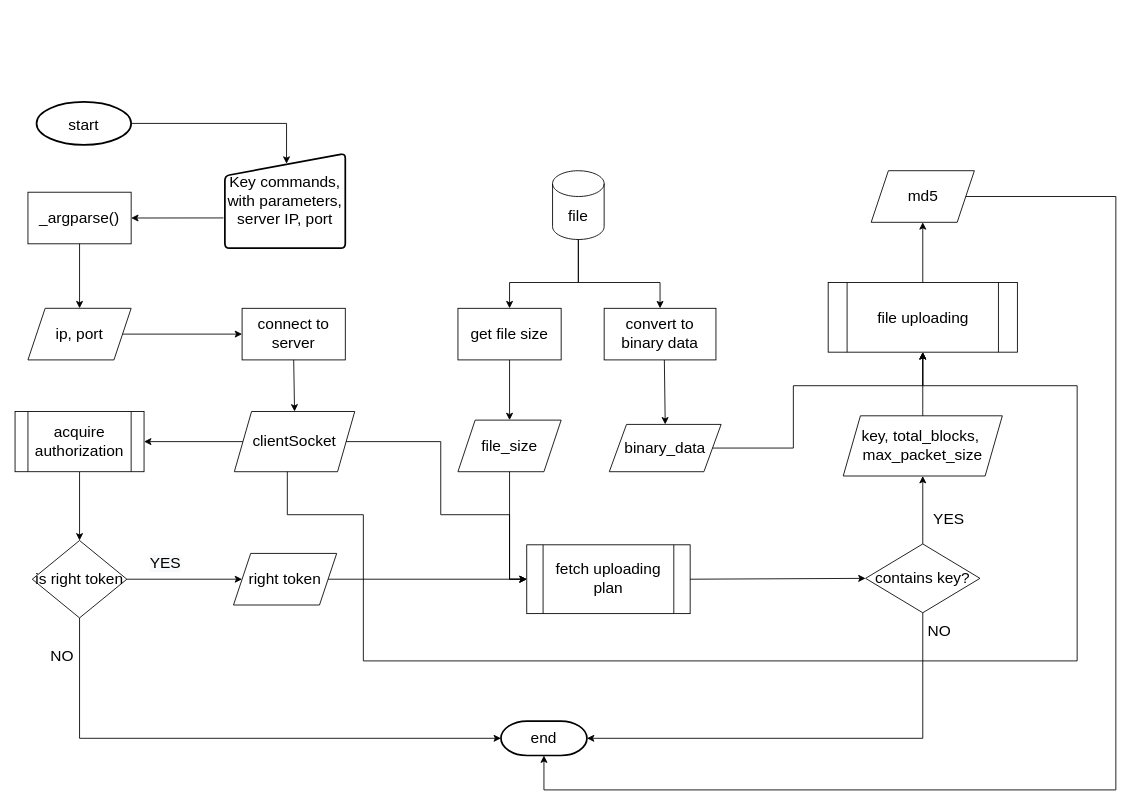
This is page "main" (2 of 5) of Untitled Diagram.drawio from 1102131860/CAN201, a draw.io file, before an edit. Source tidied: cells renumbered, new cells numbered last; positions are measured from the earlier drawing's top-left corner, leaving out a move shared by most shapes. Both pictures are drawn from the tidied source at 86%, with x=0, y=0 at pixel (15, 101).
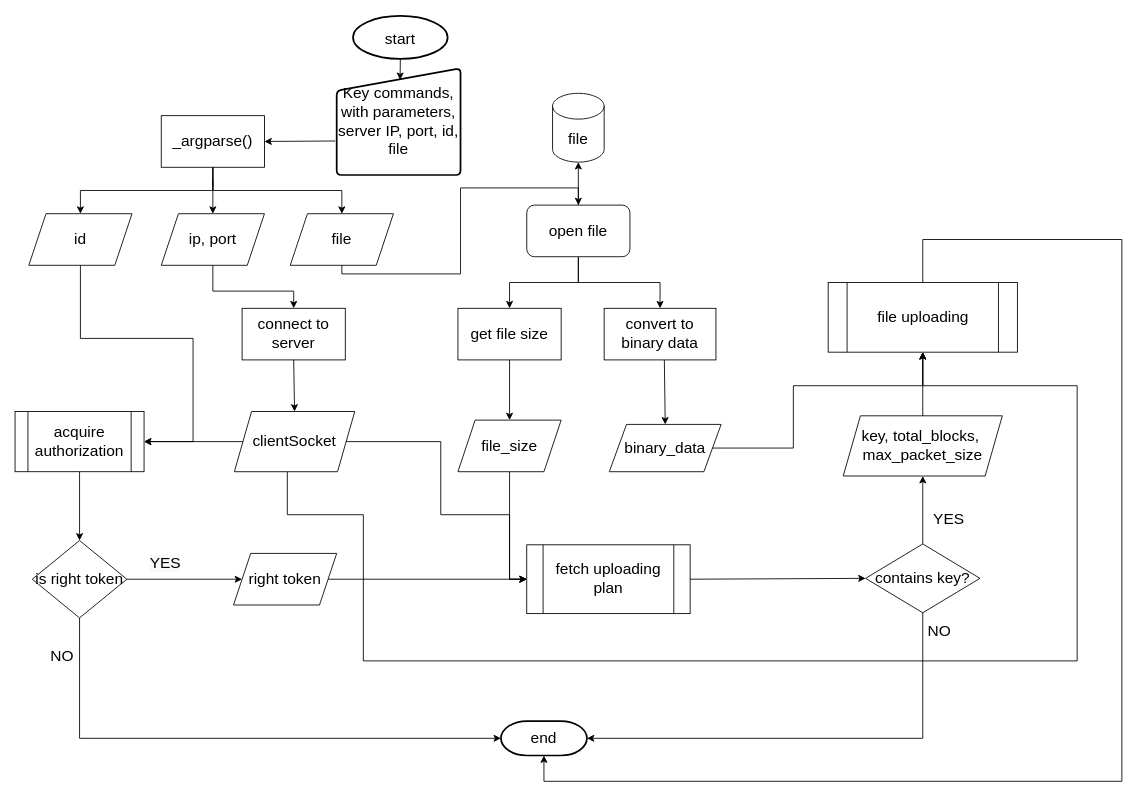
Above is the later version.

Unchanged cells that the change refers to:
```xml
<mxCell id="2" value="connect to server" style="rounded=0;whiteSpace=wrap;html=1;fontSize=18;" parent="1" vertex="1">
  <mxGeometry x="264" y="240" width="120" height="60" as="geometry" />
</mxCell>
<mxCell id="5" value="acquire authorization" style="shape=process;whiteSpace=wrap;html=1;backgroundOutline=1;fontSize=18;" parent="1" vertex="1">
  <mxGeometry y="360" width="150" height="70" as="geometry" />
</mxCell>
<mxCell id="6" value="fetch uploading plan" style="shape=process;whiteSpace=wrap;html=1;backgroundOutline=1;fontSize=18;" parent="1" vertex="1">
  <mxGeometry x="595" y="515" width="190" height="80" as="geometry" />
</mxCell>
<mxCell id="16" value="file uploading" style="shape=process;whiteSpace=wrap;html=1;backgroundOutline=1;fontSize=18;" parent="1" vertex="1">
  <mxGeometry x="945.5" y="210" width="220" height="81" as="geometry" />
</mxCell>
<mxCell id="18" value="end" style="strokeWidth=2;html=1;shape=mxgraph.flowchart.terminator;whiteSpace=wrap;fontSize=18;" parent="1" vertex="1">
  <mxGeometry x="565" y="720" width="100" height="40" as="geometry" />
</mxCell>
<mxCell id="21" value="right token" style="shape=parallelogram;perimeter=parallelogramPerimeter;whiteSpace=wrap;html=1;fixedSize=1;fontSize=18;" parent="1" vertex="1">
  <mxGeometry x="254" y="525" width="120" height="60" as="geometry" />
</mxCell>
<mxCell id="37" value="convert to binary data" style="rounded=0;whiteSpace=wrap;html=1;fontSize=18;" parent="1" vertex="1">
  <mxGeometry x="685" y="240" width="130" height="60" as="geometry" />
</mxCell>
<mxCell id="38" value="get file size" style="rounded=0;whiteSpace=wrap;html=1;fontSize=18;" parent="1" vertex="1">
  <mxGeometry x="515" y="240" width="120" height="60" as="geometry" />
</mxCell>
```

Diff of the diagram source:
```diff
@@
     <mxCell id="8" value="ip, port" style="shape=parallelogram;perimeter=parallelogramPerimeter;whiteSpace=wrap;html=1;fixedSize=1;fontSize=18;" parent="1" vertex="1">
-      <mxGeometry x="15" y="240" width="120" height="60" as="geometry" />
+      <mxGeometry x="170" y="130" width="120" height="60" as="geometry" />
     </mxCell>
     <mxCell id="9" value="&lt;span style=&quot;font-size: 18px;&quot;&gt;start&lt;/span&gt;" style="strokeWidth=2;html=1;shape=mxgraph.flowchart.start_1;whiteSpace=wrap;fontSize=24;" parent="1" vertex="1">
-      <mxGeometry x="25" width="110" height="50" as="geometry" />
+      <mxGeometry x="393" y="-100" width="110" height="50" as="geometry" />
     </mxCell>
-    <mxCell id="10" style="endArrow=classic;html=1;rounded=0;fontSize=18;exitX=1;exitY=0.5;exitDx=0;exitDy=0;exitPerimeter=0;entryX=0.512;entryY=0.108;entryDx=0;entryDy=0;entryPerimeter=0;edgeStyle=orthogonalEdgeStyle;" parent="1" edge="1" source="9" target="11">
+    <mxCell id="10" style="endArrow=classic;html=1;rounded=0;fontSize=18;exitX=0.5;exitY=1;exitDx=0;exitDy=0;exitPerimeter=0;entryX=0.512;entryY=0.108;entryDx=0;entryDy=0;entryPerimeter=0;" parent="1" edge="1" source="9" target="11">
       <mxGeometry relative="1" as="geometry" />
     </mxCell>
-    <mxCell id="11" value="Key commands, with parameters, server IP, port" style="html=1;strokeWidth=2;shape=manualInput;whiteSpace=wrap;rounded=1;size=26;arcSize=11;fontSize=18;" parent="1" vertex="1">
-      <mxGeometry x="244" y="60" width="140" height="110" as="geometry" />
+    <mxCell id="11" value="Key commands, with parameters, server IP, port, id, file" style="html=1;strokeWidth=2;shape=manualInput;whiteSpace=wrap;rounded=1;size=26;arcSize=11;fontSize=18;" parent="1" vertex="1">
+      <mxGeometry x="374" y="-39" width="144" height="124" as="geometry" />
     </mxCell>
@@
     <mxCell id="13" value="_argparse()" style="rounded=0;whiteSpace=wrap;html=1;fontSize=18;" parent="1" vertex="1">
-      <mxGeometry x="15" y="105" width="120" height="60" as="geometry" />
+      <mxGeometry x="170" y="16" width="120" height="60" as="geometry" />
     </mxCell>
@@
-    <mxCell id="15" style="endArrow=classic;html=1;rounded=0;fontSize=18;exitX=1;exitY=0.5;exitDx=0;exitDy=0;entryX=0;entryY=0.5;entryDx=0;entryDy=0;" parent="1" edge="1" source="8" target="2">
-      <mxGeometry relative="1" as="geometry" />
+    <mxCell id="15" style="endArrow=classic;html=1;rounded=0;fontSize=18;exitX=0.5;exitY=1;exitDx=0;exitDy=0;entryX=0.5;entryY=0;entryDx=0;entryDy=0;edgeStyle=orthogonalEdgeStyle;" parent="1" edge="1" source="8" target="2">
+      <mxGeometry relative="1" as="geometry">
+        <Array as="points">
+          <mxPoint x="230" y="220" />
+          <mxPoint x="324" y="220" />
+        </Array>
+      </mxGeometry>
     </mxCell>
@@
-    <mxCell id="17" value="md5" style="shape=parallelogram;perimeter=parallelogramPerimeter;whiteSpace=wrap;html=1;fixedSize=1;fontSize=18;" parent="1" vertex="1">
-      <mxGeometry x="995.5" y="80" width="120" height="60" as="geometry" />
-    </mxCell>
@@
-    <mxCell id="19" style="endArrow=classic;html=1;rounded=0;fontSize=18;exitX=0.5;exitY=0;exitDx=0;exitDy=0;entryX=0.5;entryY=1;entryDx=0;entryDy=0;" parent="1" edge="1" source="16" target="17">
-      <mxGeometry relative="1" as="geometry" />
+    <mxCell id="19" style="endArrow=classic;html=1;rounded=0;fontSize=18;exitX=0.5;exitY=0;exitDx=0;exitDy=0;entryX=0.5;entryY=1;entryDx=0;entryDy=0;entryPerimeter=0;edgeStyle=orthogonalEdgeStyle;" parent="1" edge="1" source="16" target="18">
+      <mxGeometry relative="1" as="geometry">
+        <Array as="points">
+          <mxPoint x="1056" y="160" />
+          <mxPoint x="1287" y="160" />
+          <mxPoint x="1287" y="790" />
+          <mxPoint x="615" y="790" />
+        </Array>
+      </mxGeometry>
     </mxCell>
@@
-    <mxCell id="29" value="file" style="shape=cylinder3;whiteSpace=wrap;html=1;boundedLbl=1;backgroundOutline=1;size=15;fontSize=18;" parent="1" vertex="1">
-      <mxGeometry x="625" y="80" width="60" height="80" as="geometry" />
-    </mxCell>
@@
-    <mxCell id="32" style="endArrow=classic;html=1;rounded=0;fontSize=18;exitX=0.5;exitY=1;exitDx=0;exitDy=0;exitPerimeter=0;entryX=0.5;entryY=0;entryDx=0;entryDy=0;edgeStyle=orthogonalEdgeStyle;" parent="1" edge="1" source="29" target="38">
+    <mxCell id="32" style="endArrow=classic;html=1;rounded=0;fontSize=18;exitX=0.5;exitY=1;exitDx=0;exitDy=0;entryX=0.5;entryY=0;entryDx=0;entryDy=0;edgeStyle=orthogonalEdgeStyle;" parent="1" edge="1" source="50" target="38">
       <mxGeometry relative="1" as="geometry">
         <Array as="points">
           <mxPoint x="655" y="210" />
           <mxPoint x="575" y="210" />
-          <mxPoint x="575" y="240" />
         </Array>
       </mxGeometry>
     </mxCell>
@@
-    <mxCell id="34" style="endArrow=classic;html=1;rounded=0;fontSize=18;exitX=1;exitY=0.5;exitDx=0;exitDy=0;entryX=0;entryY=0.5;entryDx=0;entryDy=0;" parent="1" edge="1" source="21" target="6">
+    <mxCell id="34" style="endArrow=classic;html=1;rounded=0;fontSize=18;entryX=0;entryY=0.5;entryDx=0;entryDy=0;startArrow=none;exitX=1;exitY=0.5;exitDx=0;exitDy=0;" parent="1" edge="1" source="21" target="6">
       <mxGeometry relative="1" as="geometry" />
     </mxCell>
@@
-    <mxCell id="39" style="endArrow=classic;html=1;rounded=0;fontSize=18;exitX=0.5;exitY=1;exitDx=0;exitDy=0;exitPerimeter=0;entryX=0.5;entryY=0;entryDx=0;entryDy=0;edgeStyle=orthogonalEdgeStyle;" parent="1" edge="1" source="29" target="37">
+    <mxCell id="39" style="endArrow=classic;html=1;rounded=0;fontSize=18;exitX=0.5;exitY=1;exitDx=0;exitDy=0;entryX=0.5;entryY=0;entryDx=0;entryDy=0;edgeStyle=orthogonalEdgeStyle;" parent="1" edge="1" source="50" target="37">
       <mxGeometry relative="1" as="geometry">
         <Array as="points">
           <mxPoint x="655" y="210" />
           <mxPoint x="750" y="210" />
         </Array>
       </mxGeometry>
     </mxCell>
@@
-    <mxCell id="48" style="endArrow=classic;html=1;rounded=0;fontSize=18;exitX=1;exitY=0.5;exitDx=0;exitDy=0;entryX=0.5;entryY=1;entryDx=0;entryDy=0;entryPerimeter=0;edgeStyle=orthogonalEdgeStyle;" parent="1" edge="1" source="17" target="18">
-      <mxGeometry relative="1" as="geometry">
-        <Array as="points">
-          <mxPoint x="1280" y="110" />
-          <mxPoint x="1280" y="800" />
-          <mxPoint x="615" y="800" />
-        </Array>
-      </mxGeometry>
-    </mxCell>
@@
+    <mxCell id="29" value="file" style="shape=cylinder3;whiteSpace=wrap;html=1;boundedLbl=1;backgroundOutline=1;size=15;fontSize=18;" parent="1" vertex="1">
+      <mxGeometry x="625" y="-10" width="60" height="80" as="geometry" />
+    </mxCell>
+    <mxCell id="50" value="open file" style="rounded=1;whiteSpace=wrap;html=1;fontSize=18;" parent="1" vertex="1">
+      <mxGeometry x="595" y="120" width="120" height="60" as="geometry" />
+    </mxCell>
+    <mxCell id="51" value="id" style="shape=parallelogram;perimeter=parallelogramPerimeter;whiteSpace=wrap;html=1;fixedSize=1;fontSize=18;" parent="1" vertex="1">
+      <mxGeometry x="16" y="130" width="120" height="60" as="geometry" />
+    </mxCell>
+    <mxCell id="52" value="file" style="shape=parallelogram;perimeter=parallelogramPerimeter;whiteSpace=wrap;html=1;fixedSize=1;fontSize=18;" parent="1" vertex="1">
+      <mxGeometry x="320" y="130" width="120" height="60" as="geometry" />
+    </mxCell>
+    <mxCell id="53" style="endArrow=classic;html=1;rounded=0;fontSize=18;exitX=0.5;exitY=1;exitDx=0;exitDy=0;entryX=1;entryY=0.5;entryDx=0;entryDy=0;edgeStyle=orthogonalEdgeStyle;" parent="1" edge="1" source="51" target="5">
+      <mxGeometry relative="1" as="geometry">
+        <Array as="points">
+          <mxPoint x="76" y="275" />
+          <mxPoint x="207" y="275" />
+          <mxPoint x="207" y="395" />
+        </Array>
+      </mxGeometry>
+    </mxCell>
+    <mxCell id="54" style="endArrow=classic;html=1;rounded=0;fontSize=18;exitX=0.5;exitY=1;exitDx=0;exitDy=0;entryX=0.5;entryY=0;entryDx=0;entryDy=0;edgeStyle=orthogonalEdgeStyle;" parent="1" edge="1" source="52" target="50">
+      <mxGeometry relative="1" as="geometry">
+        <Array as="points">
+          <mxPoint x="380" y="200" />
+          <mxPoint x="518" y="200" />
+          <mxPoint x="518" y="100" />
+          <mxPoint x="655" y="100" />
+        </Array>
+      </mxGeometry>
+    </mxCell>
+    <mxCell id="55" style="endArrow=classic;html=1;rounded=0;fontSize=18;exitX=0.5;exitY=0;exitDx=0;exitDy=0;entryX=0.5;entryY=1;entryDx=0;entryDy=0;entryPerimeter=0;" parent="1" edge="1" source="50" target="29">
+      <mxGeometry relative="1" as="geometry" />
+    </mxCell>
+    <mxCell id="56" style="endArrow=none;html=1;rounded=0;fontSize=18;entryX=0.5;entryY=0;entryDx=0;entryDy=0;edgeStyle=orthogonalEdgeStyle;" parent="1" edge="1">
+      <mxGeometry relative="1" as="geometry">
+        <mxPoint x="230" y="90" as="sourcePoint" />
+        <mxPoint x="230" y="98" as="targetPoint" />
+      </mxGeometry>
+    </mxCell>
+    <mxCell id="57" style="endArrow=classic;html=1;rounded=0;fontSize=18;exitX=0.5;exitY=1;exitDx=0;exitDy=0;entryX=0.5;entryY=0;entryDx=0;entryDy=0;edgeStyle=orthogonalEdgeStyle;" parent="1" edge="1" source="13" target="51">
+      <mxGeometry relative="1" as="geometry" />
+    </mxCell>
+    <mxCell id="58" style="endArrow=classic;html=1;rounded=0;fontSize=18;exitX=0.5;exitY=1;exitDx=0;exitDy=0;entryX=0.5;entryY=0;entryDx=0;entryDy=0;edgeStyle=orthogonalEdgeStyle;" parent="1" edge="1" source="13" target="52">
+      <mxGeometry relative="1" as="geometry" />
+    </mxCell>
```
